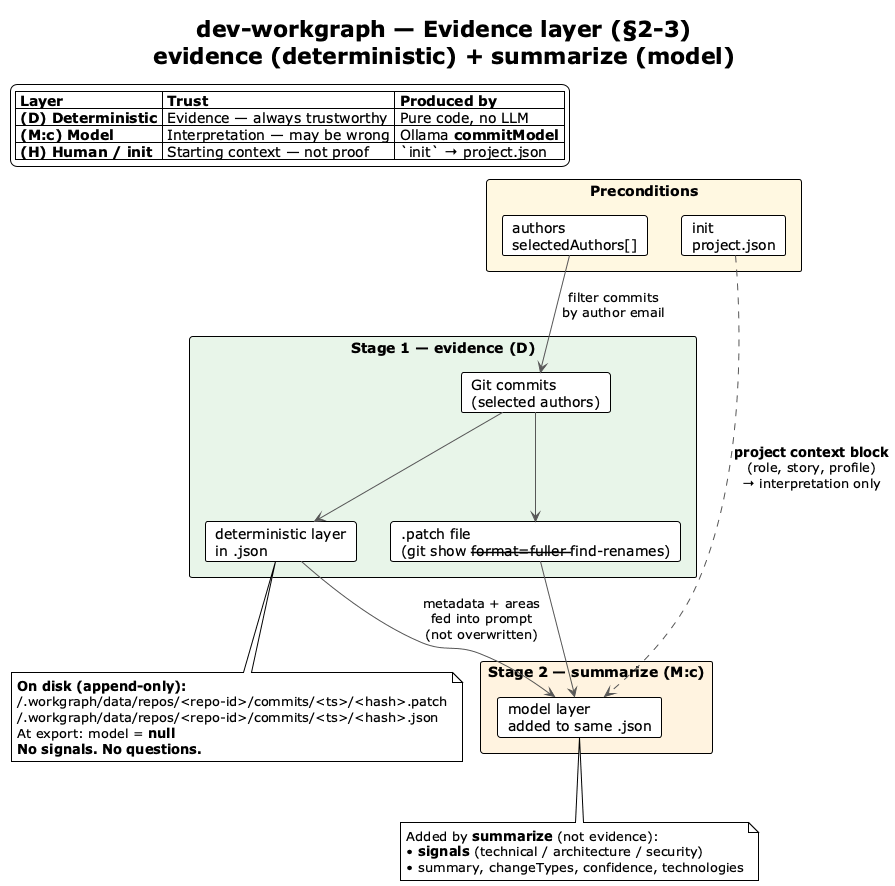
This is img/evidence-overview.png from vzakharchenko/dev-workgraph, a PlantUML export, as it was before one commit. Source of this version:
```plantuml
@startuml evidence-overview
!theme plain
skinparam shadowing false
skinparam ArrowColor #555555

title dev-workgraph — Evidence layer (§2-3)\n**evidence** (deterministic) + **summarize** (model)

legend top left
  |= Layer |= Trust |= Produced by |
  | **(D) Deterministic** | Evidence — always trustworthy | Pure code, no LLM |
  | **(M:c) Model** | Interpretation — may be wrong | Ollama **commitModel** |
  | **(H) Human / init** | Starting context — not proof | `init` → project.json |
endlegend

rectangle "**Preconditions**" #FFF8E1 {
  card "authors\nselectedAuthors[]" as AUTH
  card "init\nproject.json" as INIT
}

rectangle "**Stage 1 — evidence (D)**" #E8F5E9 {
  card "Git commits\n(selected authors)" as GIT
  card ".patch file\n(git show --format=fuller --find-renames)" as PATCH
  card "deterministic layer\nin .json" as DET
}

rectangle "**Stage 2 — summarize (M:c)**" as SUMBOX #FFF3E0 {
  card "model layer\nadded to same .json" as MOD
}

AUTH --> GIT : filter commits\nby author email
INIT ..> MOD : **project context block**\n(role, story, profile)\n→ interpretation only

GIT --> PATCH
GIT --> DET
PATCH --> MOD
DET --> MOD : metadata + areas\nfed into prompt\n(not overwritten)

note bottom of DET
  **On disk (append-only):**
  ~/.workgraph/data/repos/<repo-id>/commits/<ts>/<hash>.patch
  ~/.workgraph/data/repos/<repo-id>/commits/<ts>/<hash>.json
  At export: model = **null**
  **No signals. No questions.**
end note

note bottom of MOD
  Added by **summarize** (not evidence):
  • **signals** (technical / architecture / security)
  • summary, changeTypes, confidence, technologies
end note

@enduml
```
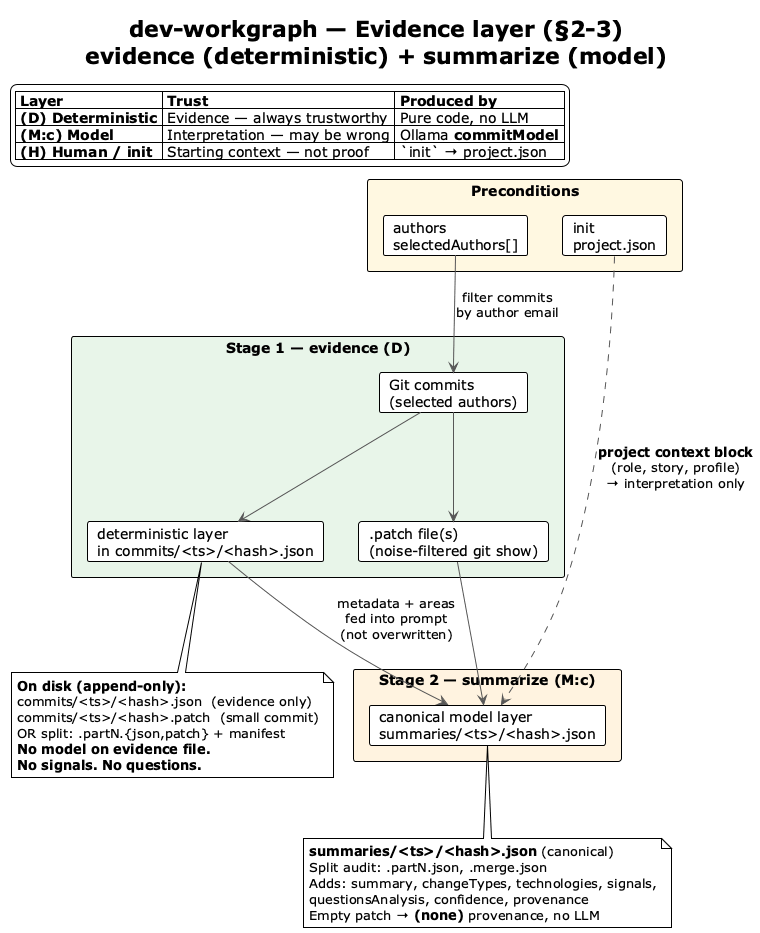
After the commit.

Diff of the diagram source:
```diff
@@ -19,12 +19,12 @@
 
 rectangle "**Stage 1 — evidence (D)**" #E8F5E9 {
   card "Git commits\n(selected authors)" as GIT
-  card ".patch file\n(git show --format=fuller --find-renames)" as PATCH
-  card "deterministic layer\nin .json" as DET
+  card ".patch file(s)\n(noise-filtered git show)" as PATCH
+  card "deterministic layer\nin commits/<ts>/<hash>.json" as DET
 }
 
 rectangle "**Stage 2 — summarize (M:c)**" as SUMBOX #FFF3E0 {
-  card "model layer\nadded to same .json" as MOD
+  card "canonical model layer\nsummaries/<ts>/<hash>.json" as MOD
 }
 
 AUTH --> GIT : filter commits\nby author email
@@ -37,16 +37,19 @@
 
 note bottom of DET
   **On disk (append-only):**
-  ~/.workgraph/data/repos/<repo-id>/commits/<ts>/<hash>.patch
-  ~/.workgraph/data/repos/<repo-id>/commits/<ts>/<hash>.json
-  At export: model = **null**
+  commits/<ts>/<hash>.json  (evidence only)
+  commits/<ts>/<hash>.patch  (small commit)
+  OR split: .partN.{json,patch} + manifest
+  **No model on evidence file.**
   **No signals. No questions.**
 end note
 
 note bottom of MOD
-  Added by **summarize** (not evidence):
-  • **signals** (technical / architecture / security)
-  • summary, changeTypes, confidence, technologies
+  **summaries/<ts>/<hash>.json** (canonical)
+  Split audit: .partN.json, .merge.json
+  Adds: summary, changeTypes, technologies, signals,
+  questionsAnalysis, confidence, provenance
+  Empty patch → **(none)** provenance, no LLM
 end note
 
 @enduml
```
